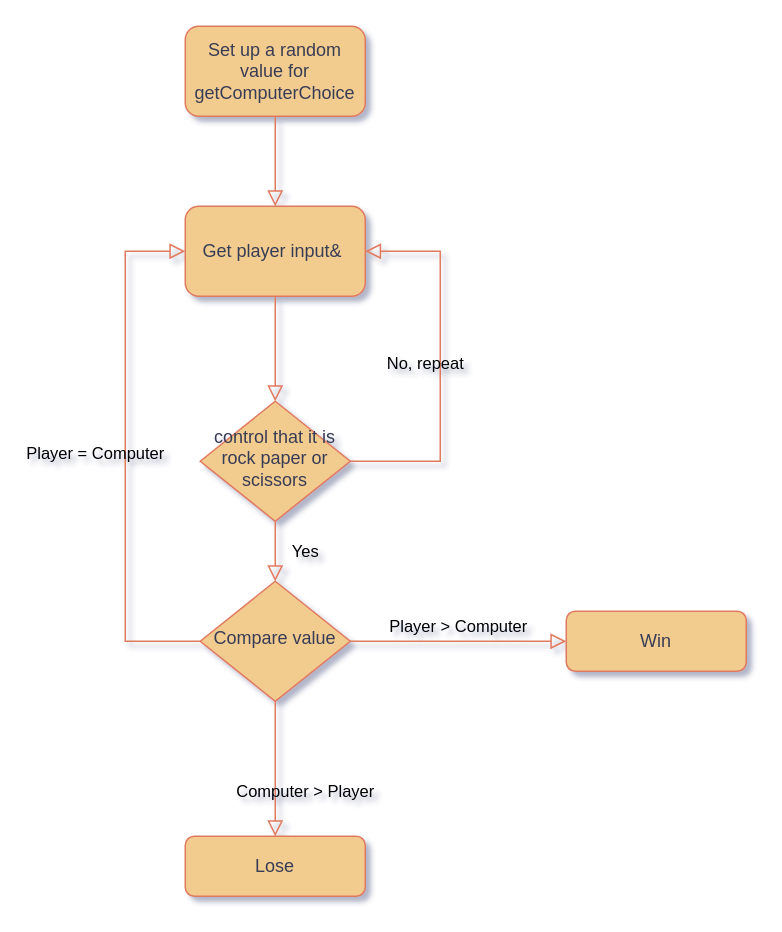
This is Diagramme sans nom.drawio from BarakaFrite/Rock-Paper-Scissors, a draw.io file, before an edit. Source tidied: cells renumbered, new cells numbered last; positions are measured from the earlier drawing's top-left corner, leaving out a move shared by most shapes. Both pictures are drawn from the tidied source at 150%, with x=0, y=0 at pixel (124, 26).
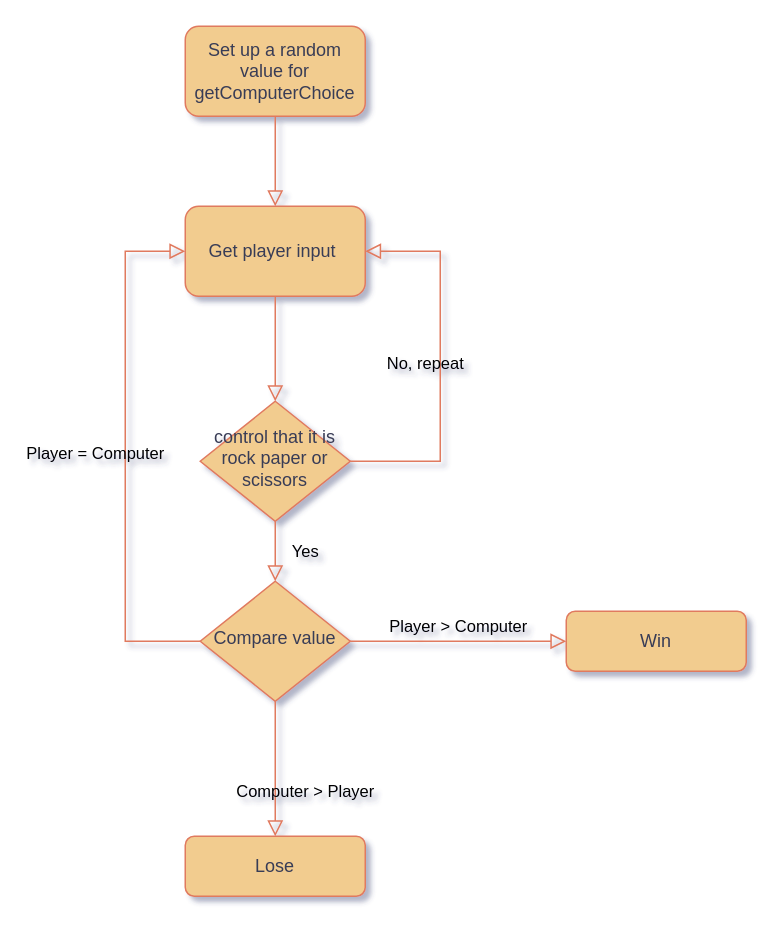
After the change.

Diff of the diagram source:
```diff
@@
-    <mxCell id="12" value="Get player input&amp;amp;&amp;nbsp;" style="rounded=1;whiteSpace=wrap;html=1;fontSize=12;glass=0;strokeWidth=1;shadow=0;labelBackgroundColor=none;fillColor=#F2CC8F;strokeColor=#E07A5F;fontColor=#393C56;" parent="1" vertex="1">
+    <mxCell id="12" value="Get player input&amp;nbsp;" style="rounded=1;whiteSpace=wrap;html=1;fontSize=12;glass=0;strokeWidth=1;shadow=0;labelBackgroundColor=none;fillColor=#F2CC8F;strokeColor=#E07A5F;fontColor=#393C56;" parent="1" vertex="1">
       <mxGeometry x="40" y="120" width="120" height="60" as="geometry" />
     </mxCell>
```
